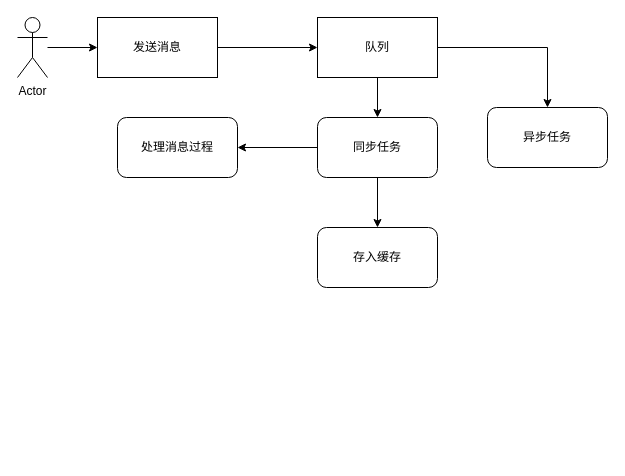
Above: im.drawio in dovezat/drawio (draw.io), before the change. Source tidied: cells renumbered, new cells numbered last; positions are measured from the earlier drawing's top-left corner, leaving out a move shared by most shapes. Both pictures are drawn from the tidied source at 100%, with x=0, y=0 at pixel (17, 17).
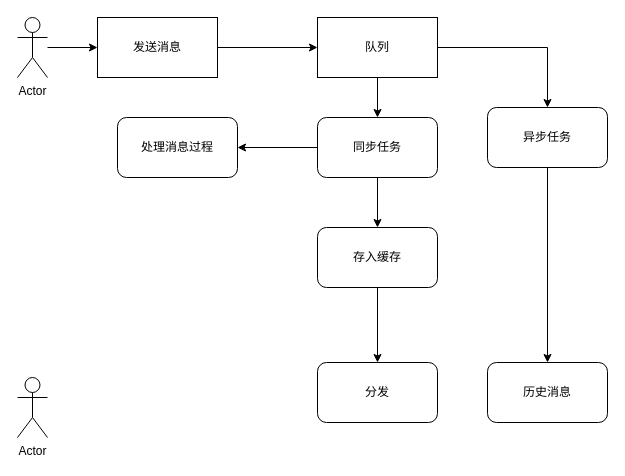
After the change.

Diff of the diagram source:
```diff
@@
 <mxGraphModel>
   <root>
     <mxCell id="0" />
     <mxCell id="1" parent="0" />
     <mxCell id="2" style="edgeStyle=orthogonalEdgeStyle;rounded=0;jettySize=auto;html=1;entryX=0;entryY=0.5;entryDx=0;entryDy=0;" parent="1" edge="1" source="3" target="8">
       <mxGeometry relative="1" as="geometry" />
     </mxCell>
     <mxCell id="3" value="发送消息" style="rounded=0;whiteSpace=wrap;html=1;" parent="1" vertex="1">
       <mxGeometry x="80" width="120" height="60" as="geometry" />
     </mxCell>
     <mxCell id="4" style="edgeStyle=orthogonalEdgeStyle;rounded=0;jettySize=auto;html=1;" parent="1" edge="1" source="5" target="3">
       <mxGeometry relative="1" as="geometry" />
     </mxCell>
     <mxCell id="5" value="Actor" style="shape=umlActor;verticalLabelPosition=bottom;verticalAlign=top;html=1;outlineConnect=0;" parent="1" vertex="1">
       <mxGeometry width="30" height="60" as="geometry" />
     </mxCell>
     <mxCell id="6" style="edgeStyle=orthogonalEdgeStyle;rounded=0;jettySize=auto;html=1;entryX=0.5;entryY=0;entryDx=0;entryDy=0;" parent="1" edge="1" source="8" target="11">
       <mxGeometry relative="1" as="geometry" />
     </mxCell>
     <mxCell id="7" style="edgeStyle=orthogonalEdgeStyle;rounded=0;jettySize=auto;html=1;" parent="1" edge="1" source="8" target="12">
       <mxGeometry relative="1" as="geometry" />
     </mxCell>
     <mxCell id="8" value="队列" style="rounded=0;whiteSpace=wrap;html=1;" parent="1" vertex="1">
       <mxGeometry x="300" width="120" height="60" as="geometry" />
     </mxCell>
     <mxCell id="9" style="edgeStyle=orthogonalEdgeStyle;rounded=0;jettySize=auto;html=1;" parent="1" edge="1" source="11" target="13">
       <mxGeometry relative="1" as="geometry" />
     </mxCell>
     <mxCell id="10" style="edgeStyle=orthogonalEdgeStyle;rounded=0;jettySize=auto;html=1;" parent="1" edge="1" source="11" target="14">
       <mxGeometry relative="1" as="geometry" />
     </mxCell>
     <mxCell id="11" value="同步任务" style="rounded=1;whiteSpace=wrap;html=1;" parent="1" vertex="1">
       <mxGeometry x="300" y="100" width="120" height="60" as="geometry" />
     </mxCell>
+    <mxCell id="15" style="edgeStyle=orthogonalEdgeStyle;rounded=0;jettySize=auto;html=1;" parent="1" edge="1" source="12" target="18">
+      <mxGeometry relative="1" as="geometry" />
+    </mxCell>
     <mxCell id="12" value="异步任务" style="rounded=1;whiteSpace=wrap;html=1;" parent="1" vertex="1">
       <mxGeometry x="470" y="90" width="120" height="60" as="geometry" />
     </mxCell>
     <mxCell id="13" value="处理消息过程" style="rounded=1;whiteSpace=wrap;html=1;" parent="1" vertex="1">
       <mxGeometry x="100" y="100" width="120" height="60" as="geometry" />
     </mxCell>
+    <mxCell id="16" style="edgeStyle=orthogonalEdgeStyle;rounded=0;jettySize=auto;html=1;" parent="1" edge="1" source="14" target="17">
+      <mxGeometry relative="1" as="geometry" />
+    </mxCell>
     <mxCell id="14" value="存入缓存" style="rounded=1;whiteSpace=wrap;html=1;" parent="1" vertex="1">
       <mxGeometry x="300" y="210" width="120" height="60" as="geometry" />
     </mxCell>
+    <mxCell id="17" value="分发" style="rounded=1;whiteSpace=wrap;html=1;" parent="1" vertex="1">
+      <mxGeometry x="300" y="345" width="120" height="60" as="geometry" />
+    </mxCell>
+    <mxCell id="18" value="历史消息" style="rounded=1;whiteSpace=wrap;html=1;" parent="1" vertex="1">
+      <mxGeometry x="470" y="345" width="120" height="60" as="geometry" />
+    </mxCell>
+    <mxCell id="19" value="Actor" style="shape=umlActor;verticalLabelPosition=bottom;verticalAlign=top;html=1;" parent="1" vertex="1">
+      <mxGeometry y="360" width="30" height="60" as="geometry" />
+    </mxCell>
   </root>
 </mxGraphModel>
```
